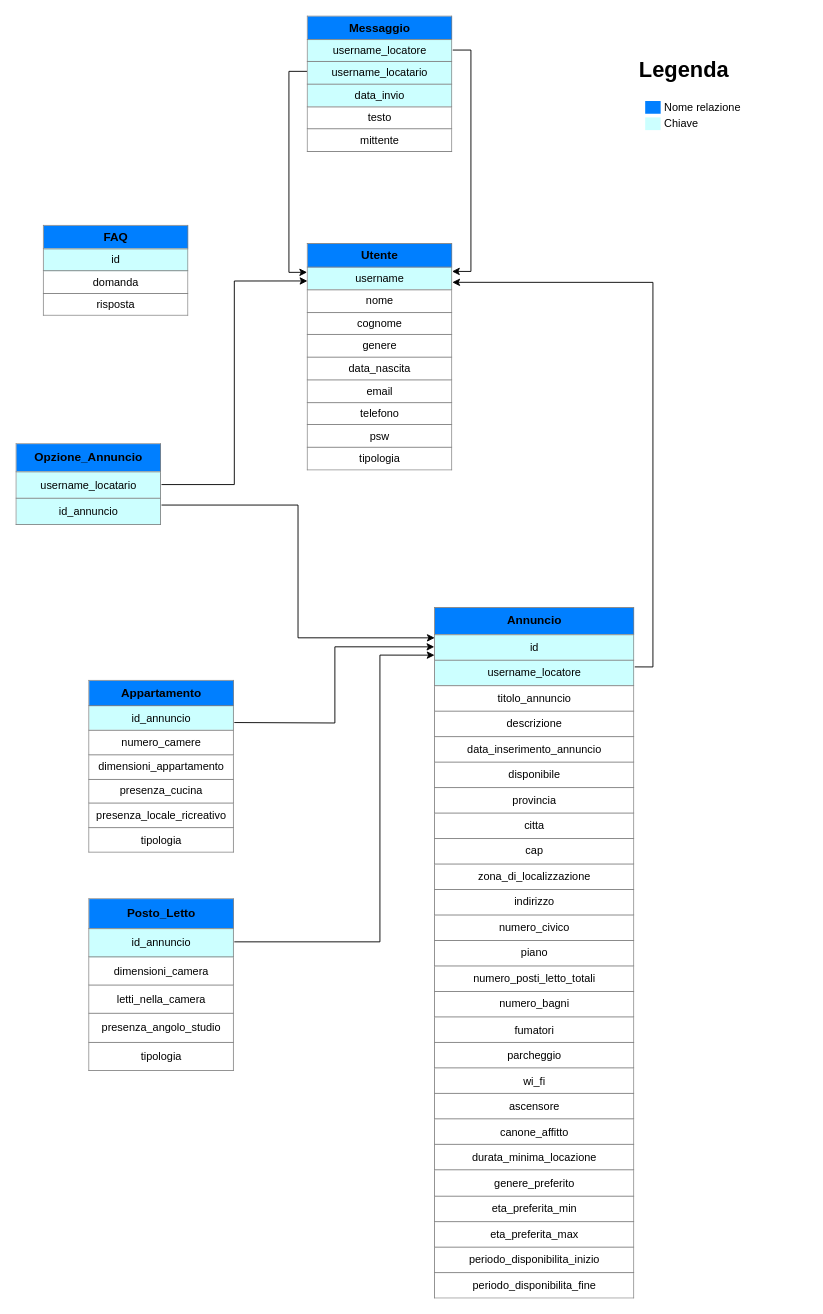
Before: Database/Schema_logico_DB.drawio in fd-col/RentAdvisor, a draw.io diagram. Source tidied: cells renumbered, new cells numbered last; positions are measured from the earlier drawing's top-left corner, leaving out a move shared by most shapes. Both pictures are drawn from the tidied source at 91%, with x=0, y=0 at pixel (15, 15).
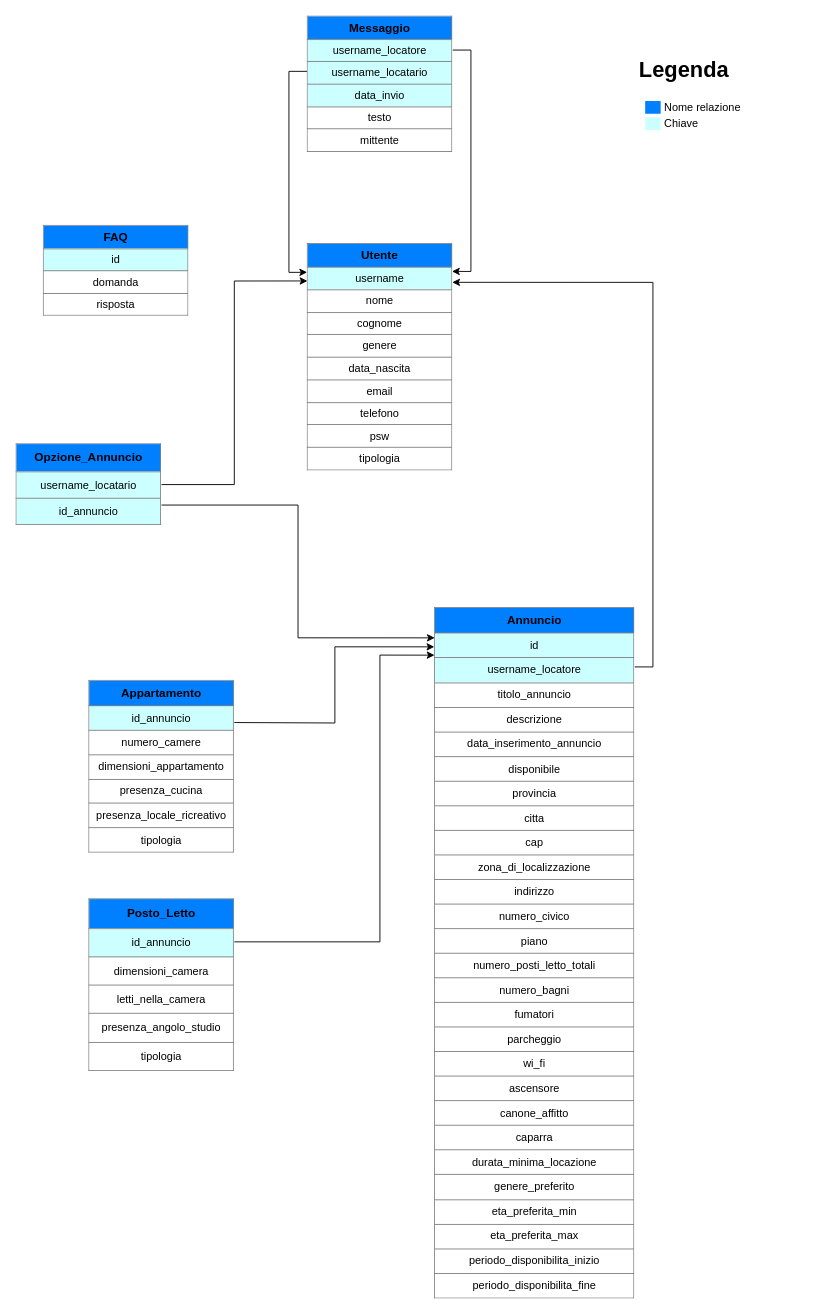
After the change.

Commit message (it also covers changes not shown here):
Create pagine inserisci annuncio e catalogo

Diff of the diagram source:
```diff
@@
 <mxGraphModel>
   <root>
     <mxCell id="0" />
     <mxCell id="1" parent="0" />
     <mxCell id="2" value="&lt;table border=&quot;1&quot; width=&quot;100%&quot; cellpadding=&quot;4&quot; style=&quot;width: 100% ; height: 100% ; border-collapse: collapse&quot;&gt;&lt;tbody&gt;&lt;tr&gt;&lt;th style=&quot;background-color: rgb(0 , 127 , 255)&quot;&gt;&lt;font style=&quot;font-size: 13px&quot;&gt;Utente&lt;/font&gt;&lt;/th&gt;&lt;/tr&gt;&lt;tr style=&quot;font-size: 13px&quot;&gt;&lt;td style=&quot;font-size: 12px ; background-color: rgb(204 , 255 , 255)&quot;&gt;username&lt;/td&gt;&lt;/tr&gt;&lt;tr&gt;&lt;td&gt;nome&lt;/td&gt;&lt;/tr&gt;&lt;tr&gt;&lt;td&gt;cognome&lt;br&gt;&lt;/td&gt;&lt;/tr&gt;&lt;tr&gt;&lt;td&gt;genere&lt;/td&gt;&lt;/tr&gt;&lt;tr&gt;&lt;td&gt;data_nascita&lt;/td&gt;&lt;/tr&gt;&lt;tr&gt;&lt;td&gt;email&lt;/td&gt;&lt;/tr&gt;&lt;tr&gt;&lt;td&gt;telefono&lt;/td&gt;&lt;/tr&gt;&lt;tr&gt;&lt;td&gt;psw&lt;/td&gt;&lt;/tr&gt;&lt;tr&gt;&lt;td&gt;tipologia&lt;/td&gt;&lt;/tr&gt;&lt;/tbody&gt;&lt;/table&gt;" style="text;html=1;overflow=fill;align=center;" parent="1" vertex="1">
       <mxGeometry x="320" y="250" width="160" height="250" as="geometry" />
     </mxCell>
     <mxCell id="3" style="edgeStyle=orthogonalEdgeStyle;rounded=0;jettySize=auto;html=1;exitX=1;exitY=0.25;exitDx=0;exitDy=0;entryX=0.995;entryY=0.123;entryDx=0;entryDy=0;entryPerimeter=0;" parent="1" edge="1" source="5" target="2">
       <mxGeometry relative="1" as="geometry" />
     </mxCell>
     <mxCell id="4" style="edgeStyle=orthogonalEdgeStyle;rounded=0;jettySize=auto;html=1;exitX=0;exitY=0.406;exitDx=0;exitDy=0;entryX=0;entryY=0.127;entryDx=0;entryDy=0;entryPerimeter=0;exitPerimeter=0;" parent="1" edge="1" source="5" target="2">
       <mxGeometry relative="1" as="geometry" />
     </mxCell>
     <mxCell id="5" value="&lt;table border=&quot;1&quot; width=&quot;100%&quot; cellpadding=&quot;4&quot; style=&quot;width: 100% ; height: 100% ; border-collapse: collapse&quot;&gt;&lt;tbody&gt;&lt;tr&gt;&lt;th style=&quot;background-color: rgb(0 , 127 , 255)&quot;&gt;&lt;span style=&quot;font-size: 13px&quot;&gt;Messaggio&lt;/span&gt;&lt;/th&gt;&lt;/tr&gt;&lt;tr style=&quot;font-size: 13px&quot;&gt;&lt;td style=&quot;font-size: 12px ; background-color: rgb(204 , 255 , 255)&quot;&gt;username_locatore&lt;/td&gt;&lt;/tr&gt;&lt;tr&gt;&lt;td style=&quot;background-color: rgb(204 , 255 , 255)&quot;&gt;username_locatario&lt;/td&gt;&lt;/tr&gt;&lt;tr&gt;&lt;td style=&quot;background-color: rgb(204 , 255 , 255)&quot;&gt;data_invio&lt;/td&gt;&lt;/tr&gt;&lt;tr&gt;&lt;td&gt;testo&lt;/td&gt;&lt;/tr&gt;&lt;tr&gt;&lt;td&gt;mittente&lt;/td&gt;&lt;/tr&gt;&lt;/tbody&gt;&lt;/table&gt;" style="text;html=1;overflow=fill;align=center;" parent="1" vertex="1">
       <mxGeometry x="320" width="160" height="150" as="geometry" />
     </mxCell>
     <mxCell id="6" style="edgeStyle=orthogonalEdgeStyle;rounded=0;jettySize=auto;html=1;entryX=0.997;entryY=0.171;entryDx=0;entryDy=0;entryPerimeter=0;exitX=1;exitY=0.086;exitDx=0;exitDy=0;exitPerimeter=0;" parent="1" edge="1" source="7" target="2">
       <mxGeometry relative="1" as="geometry" />
     </mxCell>
-    <mxCell id="7" value="&lt;table border=&quot;1&quot; width=&quot;100%&quot; cellpadding=&quot;4&quot; style=&quot;width: 100% ; height: 100% ; border-collapse: collapse&quot;&gt;&lt;tbody&gt;&lt;tr&gt;&lt;th style=&quot;background-color: rgb(0 , 127 , 255)&quot;&gt;&lt;font style=&quot;font-size: 13px&quot;&gt;Annuncio&lt;/font&gt;&lt;/th&gt;&lt;/tr&gt;&lt;tr style=&quot;font-size: 13px&quot;&gt;&lt;td style=&quot;font-size: 12px ; background-color: rgb(204 , 255 , 255)&quot;&gt;id&lt;/td&gt;&lt;/tr&gt;&lt;tr&gt;&lt;td style=&quot;background-color: rgb(204 , 255 , 255)&quot;&gt;username_locatore&lt;/td&gt;&lt;/tr&gt;&lt;tr&gt;&lt;td&gt;titolo_annuncio&lt;/td&gt;&lt;/tr&gt;&lt;tr&gt;&lt;td&gt;descrizione&lt;br&gt;&lt;/td&gt;&lt;/tr&gt;&lt;tr&gt;&lt;td&gt;data_inserimento_annuncio&lt;/td&gt;&lt;/tr&gt;&lt;tr&gt;&lt;td&gt;disponibile&lt;/td&gt;&lt;/tr&gt;&lt;tr&gt;&lt;td&gt;provincia&lt;/td&gt;&lt;/tr&gt;&lt;tr&gt;&lt;td&gt;citta&lt;/td&gt;&lt;/tr&gt;&lt;tr&gt;&lt;td&gt;cap&lt;/td&gt;&lt;/tr&gt;&lt;tr&gt;&lt;td&gt;zona_di_localizzazione&lt;br&gt;&lt;/td&gt;&lt;/tr&gt;&lt;tr&gt;&lt;td&gt;indirizzo&lt;/td&gt;&lt;/tr&gt;&lt;tr&gt;&lt;td&gt;numero_civico&lt;/td&gt;&lt;/tr&gt;&lt;tr&gt;&lt;td&gt;piano&lt;/td&gt;&lt;/tr&gt;&lt;tr&gt;&lt;td&gt;numero_posti_letto_totali&lt;/td&gt;&lt;/tr&gt;&lt;tr&gt;&lt;td&gt;numero_bagni&lt;/td&gt;&lt;/tr&gt;&lt;tr&gt;&lt;td&gt;fumatori&lt;/td&gt;&lt;/tr&gt;&lt;tr&gt;&lt;td&gt;parcheggio&lt;/td&gt;&lt;/tr&gt;&lt;tr&gt;&lt;td&gt;wi_fi&lt;/td&gt;&lt;/tr&gt;&lt;tr&gt;&lt;td&gt;ascensore&lt;/td&gt;&lt;/tr&gt;&lt;tr&gt;&lt;td&gt;canone_affitto&lt;/td&gt;&lt;/tr&gt;&lt;tr&gt;&lt;td&gt;durata_minima_locazione&lt;/td&gt;&lt;/tr&gt;&lt;tr&gt;&lt;td&gt;genere_preferito&lt;/td&gt;&lt;/tr&gt;&lt;tr&gt;&lt;td&gt;eta_preferita_min&lt;/td&gt;&lt;/tr&gt;&lt;tr&gt;&lt;td&gt;eta_preferita_max&lt;/td&gt;&lt;/tr&gt;&lt;tr&gt;&lt;td&gt;periodo_disponibilita_inizio&lt;/td&gt;&lt;/tr&gt;&lt;tr&gt;&lt;td&gt;periodo_disponibilita_fine&lt;/td&gt;&lt;/tr&gt;&lt;/tbody&gt;&lt;/table&gt;" style="text;html=1;overflow=fill;align=center;" parent="1" vertex="1">
+    <mxCell id="7" value="&lt;table border=&quot;1&quot; width=&quot;100%&quot; cellpadding=&quot;4&quot; style=&quot;width: 100% ; height: 100% ; border-collapse: collapse&quot;&gt;&lt;tbody&gt;&lt;tr&gt;&lt;th style=&quot;background-color: rgb(0 , 127 , 255)&quot;&gt;&lt;font style=&quot;font-size: 13px&quot;&gt;Annuncio&lt;/font&gt;&lt;/th&gt;&lt;/tr&gt;&lt;tr style=&quot;font-size: 13px&quot;&gt;&lt;td style=&quot;font-size: 12px ; background-color: rgb(204 , 255 , 255)&quot;&gt;id&lt;/td&gt;&lt;/tr&gt;&lt;tr&gt;&lt;td style=&quot;background-color: rgb(204 , 255 , 255)&quot;&gt;username_locatore&lt;/td&gt;&lt;/tr&gt;&lt;tr&gt;&lt;td&gt;titolo_annuncio&lt;/td&gt;&lt;/tr&gt;&lt;tr&gt;&lt;td&gt;descrizione&lt;br&gt;&lt;/td&gt;&lt;/tr&gt;&lt;tr&gt;&lt;td&gt;data_inserimento_annuncio&lt;/td&gt;&lt;/tr&gt;&lt;tr&gt;&lt;td&gt;disponibile&lt;/td&gt;&lt;/tr&gt;&lt;tr&gt;&lt;td&gt;provincia&lt;/td&gt;&lt;/tr&gt;&lt;tr&gt;&lt;td&gt;citta&lt;/td&gt;&lt;/tr&gt;&lt;tr&gt;&lt;td&gt;cap&lt;/td&gt;&lt;/tr&gt;&lt;tr&gt;&lt;td&gt;zona_di_localizzazione&lt;br&gt;&lt;/td&gt;&lt;/tr&gt;&lt;tr&gt;&lt;td&gt;indirizzo&lt;/td&gt;&lt;/tr&gt;&lt;tr&gt;&lt;td&gt;numero_civico&lt;/td&gt;&lt;/tr&gt;&lt;tr&gt;&lt;td&gt;piano&lt;/td&gt;&lt;/tr&gt;&lt;tr&gt;&lt;td&gt;numero_posti_letto_totali&lt;/td&gt;&lt;/tr&gt;&lt;tr&gt;&lt;td&gt;numero_bagni&lt;/td&gt;&lt;/tr&gt;&lt;tr&gt;&lt;td&gt;fumatori&lt;/td&gt;&lt;/tr&gt;&lt;tr&gt;&lt;td&gt;parcheggio&lt;/td&gt;&lt;/tr&gt;&lt;tr&gt;&lt;td&gt;wi_fi&lt;/td&gt;&lt;/tr&gt;&lt;tr&gt;&lt;td&gt;ascensore&lt;/td&gt;&lt;/tr&gt;&lt;tr&gt;&lt;td&gt;canone_affitto&lt;/td&gt;&lt;/tr&gt;&lt;tr&gt;&lt;td&gt;caparra&lt;/td&gt;&lt;/tr&gt;&lt;tr&gt;&lt;td&gt;durata_minima_locazione&lt;/td&gt;&lt;/tr&gt;&lt;tr&gt;&lt;td&gt;genere_preferito&lt;/td&gt;&lt;/tr&gt;&lt;tr&gt;&lt;td&gt;eta_preferita_min&lt;/td&gt;&lt;/tr&gt;&lt;tr&gt;&lt;td&gt;eta_preferita_max&lt;/td&gt;&lt;/tr&gt;&lt;tr&gt;&lt;td&gt;periodo_disponibilita_inizio&lt;/td&gt;&lt;/tr&gt;&lt;tr&gt;&lt;td&gt;periodo_disponibilita_fine&lt;/td&gt;&lt;/tr&gt;&lt;/tbody&gt;&lt;/table&gt;" style="text;html=1;overflow=fill;align=center;" parent="1" vertex="1">
       <mxGeometry x="460" y="650" width="220" height="760" as="geometry" />
     </mxCell>
     <mxCell id="8" value="&lt;table border=&quot;1&quot; width=&quot;100%&quot; cellpadding=&quot;4&quot; style=&quot;width: 100% ; height: 100% ; border-collapse: collapse&quot;&gt;&lt;tbody&gt;&lt;tr&gt;&lt;th style=&quot;background-color: rgb(0 , 127 , 255)&quot;&gt;&lt;span style=&quot;font-size: 13px&quot;&gt;FAQ&lt;/span&gt;&lt;/th&gt;&lt;/tr&gt;&lt;tr style=&quot;font-size: 13px&quot;&gt;&lt;td style=&quot;font-size: 12px ; background-color: rgb(204 , 255 , 255)&quot;&gt;id&lt;/td&gt;&lt;/tr&gt;&lt;tr&gt;&lt;td&gt;domanda&lt;/td&gt;&lt;/tr&gt;&lt;tr&gt;&lt;td&gt;risposta&lt;/td&gt;&lt;/tr&gt;&lt;/tbody&gt;&lt;/table&gt;" style="text;html=1;overflow=fill;align=center;" parent="1" vertex="1">
       <mxGeometry x="30" y="230" width="160" height="100" as="geometry" />
     </mxCell>
     <mxCell id="9" style="edgeStyle=orthogonalEdgeStyle;rounded=0;jettySize=auto;html=1;exitX=1;exitY=0.5;exitDx=0;exitDy=0;entryX=0.002;entryY=0.165;entryDx=0;entryDy=0;entryPerimeter=0;" parent="1" edge="1" source="11" target="2">
       <mxGeometry relative="1" as="geometry" />
     </mxCell>
     <mxCell id="10" style="edgeStyle=orthogonalEdgeStyle;rounded=0;jettySize=auto;html=1;exitX=1;exitY=0.75;exitDx=0;exitDy=0;entryX=0.001;entryY=0.044;entryDx=0;entryDy=0;entryPerimeter=0;" parent="1" edge="1" source="11" target="7">
       <mxGeometry relative="1" as="geometry" />
     </mxCell>
     <mxCell id="11" value="&lt;table border=&quot;1&quot; width=&quot;100%&quot; cellpadding=&quot;4&quot; style=&quot;width: 100% ; height: 100% ; border-collapse: collapse&quot;&gt;&lt;tbody&gt;&lt;tr&gt;&lt;th style=&quot;background-color: rgb(0 , 127 , 255)&quot;&gt;&lt;span style=&quot;font-size: 13px&quot;&gt;Opzione_Annuncio&lt;/span&gt;&lt;/th&gt;&lt;/tr&gt;&lt;tr style=&quot;font-size: 13px&quot;&gt;&lt;td style=&quot;font-size: 12px ; background-color: rgb(204 , 255 , 255)&quot;&gt;username_locatario&lt;/td&gt;&lt;/tr&gt;&lt;tr&gt;&lt;td style=&quot;background-color: rgb(204 , 255 , 255)&quot;&gt;id_annuncio&lt;br&gt;&lt;/td&gt;&lt;/tr&gt;&lt;/tbody&gt;&lt;/table&gt;" style="text;html=1;overflow=fill;align=center;" parent="1" vertex="1">
       <mxGeometry y="470" width="160" height="90" as="geometry" />
     </mxCell>
     <mxCell id="12" style="edgeStyle=orthogonalEdgeStyle;rounded=0;jettySize=auto;html=1;exitX=1;exitY=0.25;exitDx=0;exitDy=0;entryX=-0.001;entryY=0.057;entryDx=0;entryDy=0;entryPerimeter=0;" parent="1" edge="1" target="7">
       <mxGeometry relative="1" as="geometry">
         <mxPoint x="240" y="776.5" as="sourcePoint" />
       </mxGeometry>
     </mxCell>
     <mxCell id="13" value="&lt;table border=&quot;1&quot; width=&quot;100%&quot; cellpadding=&quot;4&quot; style=&quot;width: 100% ; height: 100% ; border-collapse: collapse&quot;&gt;&lt;tbody&gt;&lt;tr&gt;&lt;th style=&quot;background-color: rgb(0 , 127 , 255)&quot;&gt;&lt;span style=&quot;font-size: 13px;&quot;&gt;Appartamento&lt;/span&gt;&lt;/th&gt;&lt;/tr&gt;&lt;tr style=&quot;font-size: 13px&quot;&gt;&lt;td style=&quot;font-size: 12px ; background-color: rgb(204 , 255 , 255)&quot;&gt;id_annuncio&lt;/td&gt;&lt;/tr&gt;&lt;tr&gt;&lt;td&gt;numero_camere&lt;/td&gt;&lt;/tr&gt;&lt;tr&gt;&lt;td&gt;dimensioni_appartamento&lt;/td&gt;&lt;/tr&gt;&lt;tr&gt;&lt;td&gt;presenza_cucina&lt;/td&gt;&lt;/tr&gt;&lt;tr&gt;&lt;td&gt;presenza_locale_ricreativo&lt;/td&gt;&lt;/tr&gt;&lt;tr&gt;&lt;td&gt;tipologia&lt;/td&gt;&lt;/tr&gt;&lt;/tbody&gt;&lt;/table&gt;" style="text;html=1;overflow=fill;align=center;" parent="1" vertex="1">
       <mxGeometry x="80" y="730" width="160" height="190" as="geometry" />
     </mxCell>
     <mxCell id="14" style="edgeStyle=orthogonalEdgeStyle;rounded=0;jettySize=auto;html=1;exitX=1;exitY=0.25;exitDx=0;exitDy=0;entryX=0;entryY=0.069;entryDx=0;entryDy=0;entryPerimeter=0;" parent="1" edge="1" source="15" target="7">
       <mxGeometry relative="1" as="geometry">
         <Array as="points">
           <mxPoint x="400" y="1018" />
           <mxPoint x="400" y="702" />
         </Array>
       </mxGeometry>
     </mxCell>
     <mxCell id="15" value="&lt;table border=&quot;1&quot; width=&quot;100%&quot; cellpadding=&quot;4&quot; style=&quot;width: 100% ; height: 100% ; border-collapse: collapse&quot;&gt;&lt;tbody&gt;&lt;tr&gt;&lt;th style=&quot;background-color: rgb(0 , 127 , 255)&quot;&gt;&lt;span style=&quot;font-size: 13px;&quot;&gt;Posto_Letto&lt;/span&gt;&lt;/th&gt;&lt;/tr&gt;&lt;tr style=&quot;font-size: 13px&quot;&gt;&lt;td style=&quot;font-size: 12px ; background-color: rgb(204 , 255 , 255)&quot;&gt;id_annuncio&lt;/td&gt;&lt;/tr&gt;&lt;tr&gt;&lt;td&gt;dimensioni_camera&lt;/td&gt;&lt;/tr&gt;&lt;tr&gt;&lt;td&gt;letti_nella_camera&lt;/td&gt;&lt;/tr&gt;&lt;tr&gt;&lt;td&gt;presenza_angolo_studio&lt;/td&gt;&lt;/tr&gt;&lt;tr&gt;&lt;td&gt;tipologia&lt;/td&gt;&lt;/tr&gt;&lt;/tbody&gt;&lt;/table&gt;" style="text;html=1;overflow=fill;align=center;" parent="1" vertex="1">
       <mxGeometry x="80" y="970" width="160" height="190" as="geometry" />
     </mxCell>
     <mxCell id="16" value="&lt;h1&gt;Legenda&lt;/h1&gt;&lt;p&gt;&lt;/p&gt;&lt;table&gt;&lt;tbody&gt;&lt;tr&gt;&lt;td&gt;&lt;br&gt;&lt;/td&gt;&lt;td style=&quot;&quot;&gt;&lt;span style=&quot;background-color: rgb(0, 127, 255);&quot;&gt;&amp;nbsp; &amp;nbsp; &amp;nbsp;&lt;/span&gt;&lt;/td&gt;&lt;td&gt;Nome relazione&lt;/td&gt;&lt;/tr&gt;&lt;tr&gt;&lt;td&gt;&lt;br&gt;&lt;/td&gt;&lt;td&gt;&lt;span style=&quot;background-color: rgb(204, 255, 255);&quot;&gt;&amp;nbsp; &amp;nbsp; &amp;nbsp;&lt;/span&gt;&lt;/td&gt;&lt;td&gt;Chiave&lt;/td&gt;&lt;/tr&gt;&lt;/tbody&gt;&lt;/table&gt;&amp;nbsp;&lt;br&gt;&lt;p&gt;&lt;/p&gt;" style="text;html=1;strokeColor=none;fillColor=none;spacing=5;spacingTop=-20;whiteSpace=wrap;overflow=hidden;rounded=0;labelBackgroundColor=none;" parent="1" vertex="1">
       <mxGeometry x="680" y="40" width="190" height="120" as="geometry" />
     </mxCell>
   </root>
 </mxGraphModel>
```
